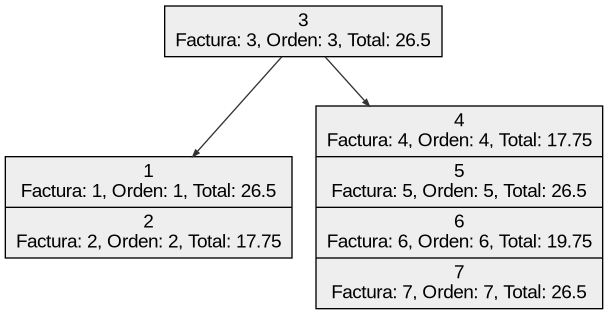
Earlier version of the Graphviz export Fase2/AutoGestPro/Reportes/ReporteFacturas.png (0520Jose/-EDD-1S2025_202300539). Its source is kept beside it as Fase2/AutoGestPro/Reportes/ReporteFacturas.dot.
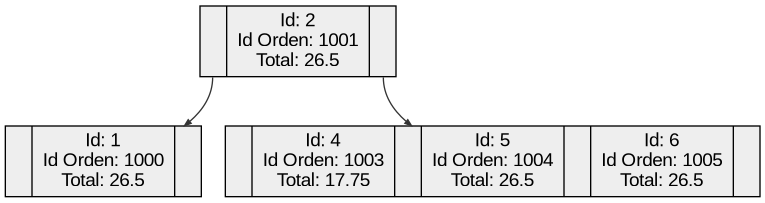
Later version of the same file.

Diff of the diagram source:
```diff
@@ -1,30 +1,22 @@
 digraph G {
-node [shape=record];
+node [shape=box];
 rankdir=TB;
 node [height=0.5];
 node [width=0.5];
-node [shape=record];
 node [style=filled];
 node [fillcolor="#EEEEEE"];
 node [fontname="Arial"];
 edge [fontname="Arial"];
 edge [fontsize=8];
 edge [fontcolor="#333333"];
-edge [labelfloat=false];
-edge [decorate=true];
 edge [style="solid"];
 edge [color="#333333"];
 edge [dir="forward"];
 edge [arrowhead="normal"];
 edge [arrowsize="0.5"];
-edge [arrowtail="normal"];
-edge [taillabel=""];
-edge [headlabel=""];
-edge [label=""];
-edge [weight="1"];
-node_19575591 [label="{3\nFactura: 3, Orden: 3, Total: 26.5}"];
-node_19575591 -> node_42119052;
-node_42119052 [label="{1\nFactura: 1, Orden: 1, Total: 26.5|2\nFactura: 2, Orden: 2, Total: 17.75}"];
-node_19575591 -> node_43527150;
-node_43527150 [label="{4\nFactura: 4, Orden: 4, Total: 17.75|5\nFactura: 5, Orden: 5, Total: 26.5|6\nFactura: 6, Orden: 6, Total: 19.75|7\nFactura: 7, Orden: 7, Total: 26.5}"];
+node3841804 [label="<f0>| Id: 2\nId Orden: 1001\nTotal: 26.5 | <f1>", shape=record];
+node3841804:f0 -> node34576242;
+node34576242 [label="<f0>| Id: 1\nId Orden: 1000\nTotal: 26.5 | <f1>", shape=record];
+node3841804:f1 -> node42750725;
+node42750725 [label="<f0>| Id: 4\nId Orden: 1003\nTotal: 17.75 | <f1>| Id: 5\nId Orden: 1004\nTotal: 26.5 | <f2>| Id: 6\nId Orden: 1005\nTotal: 26.5 | <f3>", shape=record];
 }
```
